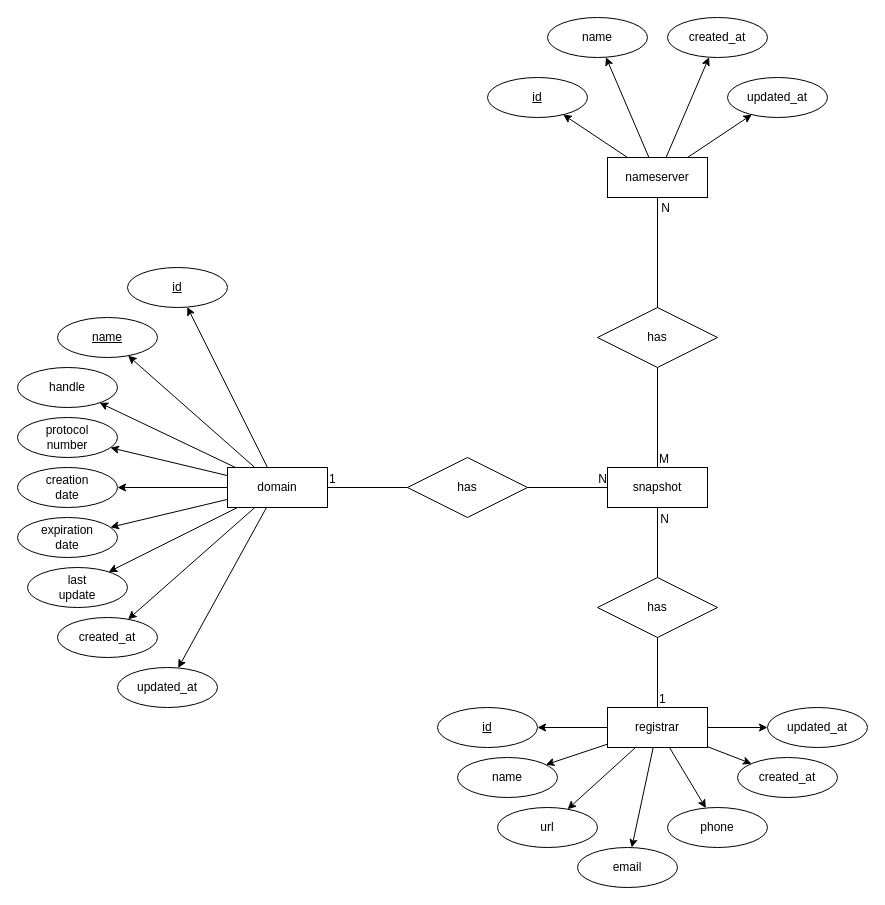
The draw.io diagram model.drawio in aik8/whois-api, before the edit. Source tidied: cells renumbered, new cells numbered last; positions are measured from the earlier drawing's top-left corner, leaving out a move shared by most shapes. Both pictures are drawn from the tidied source at 100%, with x=0, y=0 at pixel (17, 17).
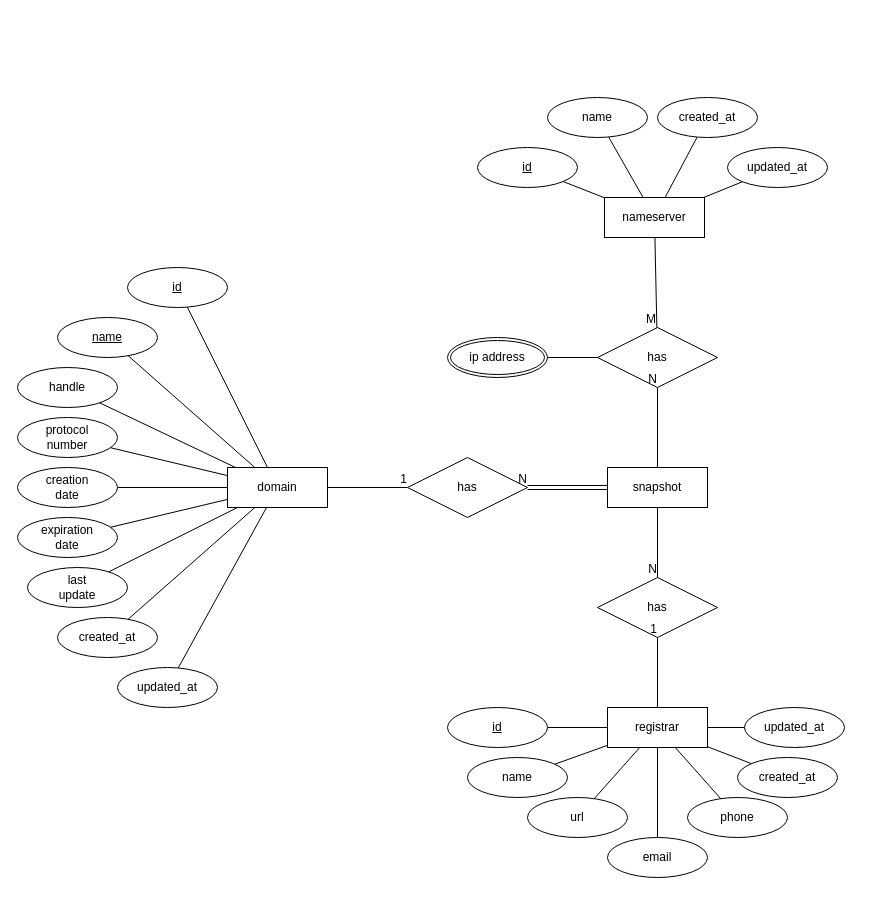
The same page after the edit.

Commit message:
chore: finalize the NS IP model

Unchanged cells that the change refers to:
```xml
<mxCell id="11" value="domain" style="whiteSpace=wrap;html=1;align=center;" parent="1" vertex="1">
  <mxGeometry x="210" y="450" width="100" height="40" as="geometry" />
</mxCell>
<mxCell id="19" value="registrar" style="whiteSpace=wrap;html=1;align=center;" parent="1" vertex="1">
  <mxGeometry x="590" y="690" width="100" height="40" as="geometry" />
</mxCell>
<mxCell id="25" value="id" style="ellipse;whiteSpace=wrap;html=1;align=center;fontStyle=4;" parent="1" vertex="1">
  <mxGeometry x="110" y="250" width="100" height="40" as="geometry" />
</mxCell>
<mxCell id="26" value="name" style="ellipse;whiteSpace=wrap;html=1;align=center;fontStyle=4;" parent="1" vertex="1">
  <mxGeometry x="40" y="300" width="100" height="40" as="geometry" />
</mxCell>
<mxCell id="27" value="handle" style="ellipse;whiteSpace=wrap;html=1;align=center;" parent="1" vertex="1">
  <mxGeometry y="350" width="100" height="40" as="geometry" />
</mxCell>
<mxCell id="28" value="protocol&lt;br&gt;number" style="ellipse;whiteSpace=wrap;html=1;align=center;" parent="1" vertex="1">
  <mxGeometry y="400" width="100" height="40" as="geometry" />
</mxCell>
<mxCell id="29" value="creation&lt;br&gt;date" style="ellipse;whiteSpace=wrap;html=1;align=center;" parent="1" vertex="1">
  <mxGeometry y="450" width="100" height="40" as="geometry" />
</mxCell>
<mxCell id="30" value="expiration&lt;br&gt;date" style="ellipse;whiteSpace=wrap;html=1;align=center;" parent="1" vertex="1">
  <mxGeometry y="500" width="100" height="40" as="geometry" />
</mxCell>
<mxCell id="31" value="last&lt;br&gt;update" style="ellipse;whiteSpace=wrap;html=1;align=center;" parent="1" vertex="1">
  <mxGeometry x="10" y="550" width="100" height="40" as="geometry" />
</mxCell>
<mxCell id="32" value="created_at" style="ellipse;whiteSpace=wrap;html=1;align=center;" parent="1" vertex="1">
  <mxGeometry x="40" y="600" width="100" height="40" as="geometry" />
</mxCell>
<mxCell id="33" value="updated_at" style="ellipse;whiteSpace=wrap;html=1;align=center;" parent="1" vertex="1">
  <mxGeometry x="100" y="650" width="100" height="40" as="geometry" />
</mxCell>
<mxCell id="34" value="snapshot" style="whiteSpace=wrap;html=1;align=center;" parent="1" vertex="1">
  <mxGeometry x="590" y="450" width="100" height="40" as="geometry" />
</mxCell>
<mxCell id="35" value="has" style="shape=rhombus;perimeter=rhombusPerimeter;whiteSpace=wrap;html=1;align=center;" parent="1" vertex="1">
  <mxGeometry x="390" y="440" width="120" height="60" as="geometry" />
</mxCell>
<mxCell id="41" value="has" style="shape=rhombus;perimeter=rhombusPerimeter;whiteSpace=wrap;html=1;align=center;" parent="1" vertex="1">
  <mxGeometry x="580" y="560" width="120" height="60" as="geometry" />
</mxCell>
<mxCell id="52" value="created_at" style="ellipse;whiteSpace=wrap;html=1;align=center;" parent="1" vertex="1">
  <mxGeometry x="720" y="740" width="100" height="40" as="geometry" />
</mxCell>
<mxCell id="61" style="endArrow=none;html=1;rounded=0;" parent="1" edge="1" source="34" target="58">
  <mxGeometry relative="1" as="geometry" />
</mxCell>
```

Diff of the diagram source:
```diff
@@
-    <mxCell id="2" style="edgeStyle=none;rounded=0;jettySize=auto;html=1;" parent="1" edge="1" source="11" target="25">
+    <mxCell id="2" style="edgeStyle=none;rounded=0;jettySize=auto;html=1;endArrow=none;endFill=0;" parent="1" edge="1" source="11" target="25">
       <mxGeometry relative="1" as="geometry" />
     </mxCell>
-    <mxCell id="3" style="edgeStyle=none;rounded=0;jettySize=auto;html=1;" parent="1" edge="1" source="11" target="26">
+    <mxCell id="3" style="edgeStyle=none;rounded=0;jettySize=auto;html=1;endArrow=none;endFill=0;" parent="1" edge="1" source="11" target="26">
       <mxGeometry relative="1" as="geometry" />
     </mxCell>
-    <mxCell id="4" style="edgeStyle=none;rounded=0;jettySize=auto;html=1;" parent="1" edge="1" source="11" target="27">
+    <mxCell id="4" style="edgeStyle=none;rounded=0;jettySize=auto;html=1;endArrow=none;endFill=0;" parent="1" edge="1" source="11" target="27">
       <mxGeometry relative="1" as="geometry" />
     </mxCell>
-    <mxCell id="5" style="edgeStyle=none;rounded=0;jettySize=auto;html=1;" parent="1" edge="1" source="11" target="28">
+    <mxCell id="5" style="edgeStyle=none;rounded=0;jettySize=auto;html=1;endArrow=none;endFill=0;" parent="1" edge="1" source="11" target="28">
       <mxGeometry relative="1" as="geometry" />
     </mxCell>
-    <mxCell id="6" style="edgeStyle=none;rounded=0;jettySize=auto;html=1;" parent="1" edge="1" source="11" target="30">
+    <mxCell id="6" style="edgeStyle=none;rounded=0;jettySize=auto;html=1;endArrow=none;endFill=0;" parent="1" edge="1" source="11" target="30">
       <mxGeometry relative="1" as="geometry" />
     </mxCell>
-    <mxCell id="7" style="edgeStyle=none;rounded=0;jettySize=auto;html=1;" parent="1" edge="1" source="11" target="29">
+    <mxCell id="7" style="edgeStyle=none;rounded=0;jettySize=auto;html=1;endArrow=none;endFill=0;" parent="1" edge="1" source="11" target="29">
       <mxGeometry relative="1" as="geometry" />
     </mxCell>
-    <mxCell id="8" style="edgeStyle=none;rounded=0;jettySize=auto;html=1;" parent="1" edge="1" source="11" target="31">
+    <mxCell id="8" style="edgeStyle=none;rounded=0;jettySize=auto;html=1;endArrow=none;endFill=0;" parent="1" edge="1" source="11" target="31">
       <mxGeometry relative="1" as="geometry" />
     </mxCell>
-    <mxCell id="9" style="edgeStyle=none;rounded=0;jettySize=auto;html=1;" parent="1" edge="1" source="11" target="32">
+    <mxCell id="9" style="edgeStyle=none;rounded=0;jettySize=auto;html=1;endArrow=none;endFill=0;" parent="1" edge="1" source="11" target="32">
       <mxGeometry relative="1" as="geometry" />
     </mxCell>
-    <mxCell id="10" style="edgeStyle=none;rounded=0;jettySize=auto;html=1;" parent="1" edge="1" source="11" target="33">
+    <mxCell id="10" style="edgeStyle=none;rounded=0;jettySize=auto;html=1;endArrow=none;endFill=0;" parent="1" edge="1" source="11" target="33">
       <mxGeometry relative="1" as="geometry" />
     </mxCell>
@@
-    <mxCell id="12" style="edgeStyle=none;rounded=0;jettySize=auto;html=1;" parent="1" edge="1" source="19" target="47">
+    <mxCell id="12" style="edgeStyle=none;rounded=0;jettySize=auto;html=1;endArrow=none;endFill=0;" parent="1" edge="1" source="19" target="47">
       <mxGeometry relative="1" as="geometry" />
     </mxCell>
-    <mxCell id="13" style="edgeStyle=none;rounded=0;jettySize=auto;html=1;" parent="1" edge="1" source="19" target="48">
+    <mxCell id="13" style="edgeStyle=none;rounded=0;jettySize=auto;html=1;endArrow=none;endFill=0;" parent="1" edge="1" source="19" target="48">
       <mxGeometry relative="1" as="geometry" />
     </mxCell>
-    <mxCell id="14" style="edgeStyle=none;rounded=0;jettySize=auto;html=1;" parent="1" edge="1" source="19" target="49">
+    <mxCell id="14" style="edgeStyle=none;rounded=0;jettySize=auto;html=1;endArrow=none;endFill=0;" parent="1" edge="1" source="19" target="49">
       <mxGeometry relative="1" as="geometry" />
     </mxCell>
-    <mxCell id="15" style="edgeStyle=none;rounded=0;jettySize=auto;html=1;" parent="1" edge="1" source="19" target="50">
+    <mxCell id="15" style="edgeStyle=none;rounded=0;jettySize=auto;html=1;endArrow=none;endFill=0;" parent="1" edge="1" source="19" target="50">
       <mxGeometry relative="1" as="geometry" />
     </mxCell>
-    <mxCell id="16" style="edgeStyle=none;rounded=0;jettySize=auto;html=1;" parent="1" edge="1" source="19" target="51">
+    <mxCell id="16" style="edgeStyle=none;rounded=0;jettySize=auto;html=1;endArrow=none;endFill=0;" parent="1" edge="1" source="19" target="51">
       <mxGeometry relative="1" as="geometry" />
     </mxCell>
-    <mxCell id="17" style="edgeStyle=none;rounded=0;jettySize=auto;html=1;" parent="1" edge="1" source="19" target="52">
+    <mxCell id="17" style="edgeStyle=none;rounded=0;jettySize=auto;html=1;endArrow=none;endFill=0;" parent="1" edge="1" source="19" target="52">
       <mxGeometry relative="1" as="geometry" />
     </mxCell>
-    <mxCell id="18" style="edgeStyle=none;rounded=0;jettySize=auto;html=1;" parent="1" edge="1" source="19" target="53">
+    <mxCell id="18" style="edgeStyle=none;rounded=0;jettySize=auto;html=1;endArrow=none;endFill=0;" parent="1" edge="1" source="19" target="53">
       <mxGeometry relative="1" as="geometry" />
     </mxCell>
@@
-    <mxCell id="20" style="edgeStyle=none;rounded=0;jettySize=auto;html=1;" parent="1" edge="1" source="24" target="55">
+    <mxCell id="20" style="edgeStyle=none;rounded=0;jettySize=auto;html=1;endArrow=none;endFill=0;" parent="1" edge="1" source="24" target="55">
       <mxGeometry relative="1" as="geometry" />
     </mxCell>
-    <mxCell id="21" style="edgeStyle=none;rounded=0;jettySize=auto;html=1;" parent="1" edge="1" source="24" target="54">
+    <mxCell id="21" style="edgeStyle=none;rounded=0;jettySize=auto;html=1;endArrow=none;endFill=0;" parent="1" edge="1" source="24" target="54">
       <mxGeometry relative="1" as="geometry" />
     </mxCell>
-    <mxCell id="22" style="edgeStyle=none;rounded=0;jettySize=auto;html=1;" parent="1" edge="1" source="24" target="56">
+    <mxCell id="22" style="edgeStyle=none;rounded=0;jettySize=auto;html=1;endArrow=none;endFill=0;" parent="1" edge="1" source="24" target="56">
       <mxGeometry relative="1" as="geometry" />
     </mxCell>
-    <mxCell id="23" style="edgeStyle=none;rounded=0;jettySize=auto;html=1;" parent="1" edge="1" source="24" target="57">
+    <mxCell id="23" style="edgeStyle=none;rounded=0;jettySize=auto;html=1;endArrow=none;endFill=0;" parent="1" edge="1" source="24" target="57">
       <mxGeometry relative="1" as="geometry" />
     </mxCell>
     <mxCell id="24" value="nameserver" style="whiteSpace=wrap;html=1;align=center;" parent="1" vertex="1">
-      <mxGeometry x="590" y="140" width="100" height="40" as="geometry" />
+      <mxGeometry x="587" y="180" width="100" height="40" as="geometry" />
     </mxCell>
@@
-    <mxCell id="36" style="endArrow=none;html=1;rounded=0;" parent="1" edge="1" source="11" target="35">
-      <mxGeometry relative="1" as="geometry" />
-    </mxCell>
-    <mxCell id="37" value="1" style="html=1;align=left;verticalAlign=bottom;" parent="36" vertex="1">
-      <mxGeometry x="-1" relative="1" as="geometry" />
-    </mxCell>
-    <mxCell id="38" style="html=1;align=right;verticalAlign=bottom;" parent="36" vertex="1">
-      <mxGeometry x="1" relative="1" as="geometry" />
-    </mxCell>
-    <mxCell id="39" style="endArrow=none;html=1;rounded=0;" parent="1" edge="1" source="35" target="34">
-      <mxGeometry relative="1" as="geometry" />
-    </mxCell>
-    <mxCell id="40" value="N" style="html=1;align=right;verticalAlign=bottom;" parent="39" vertex="1">
-      <mxGeometry x="1" relative="1" as="geometry" />
-    </mxCell>
@@
-    <mxCell id="42" style="endArrow=none;html=1;rounded=0;" parent="1" edge="1" source="19" target="41">
-      <mxGeometry relative="1" as="geometry" />
-    </mxCell>
-    <mxCell id="43" value="1" style="html=1;align=left;verticalAlign=bottom;" parent="42" vertex="1">
-      <mxGeometry x="-1" relative="1" as="geometry" />
-    </mxCell>
-    <mxCell id="44" style="html=1;align=right;verticalAlign=bottom;" parent="42" vertex="1">
-      <mxGeometry x="1" relative="1" as="geometry" />
-    </mxCell>
-    <mxCell id="45" style="endArrow=none;html=1;rounded=0;" parent="1" edge="1" source="41" target="34">
-      <mxGeometry relative="1" as="geometry" />
-    </mxCell>
-    <mxCell id="46" value="N" style="html=1;align=right;verticalAlign=bottom;" parent="45" vertex="1">
-      <mxGeometry x="1" relative="1" as="geometry">
-        <mxPoint x="12" y="20.3" as="offset" />
-      </mxGeometry>
-    </mxCell>
     <mxCell id="47" value="id" style="ellipse;whiteSpace=wrap;html=1;align=center;fontStyle=4;" parent="1" vertex="1">
-      <mxGeometry x="420" y="690" width="100" height="40" as="geometry" />
+      <mxGeometry x="430" y="690" width="100" height="40" as="geometry" />
     </mxCell>
     <mxCell id="48" value="name" style="ellipse;whiteSpace=wrap;html=1;align=center;" parent="1" vertex="1">
-      <mxGeometry x="440" y="740" width="100" height="40" as="geometry" />
+      <mxGeometry x="450" y="740" width="100" height="40" as="geometry" />
     </mxCell>
     <mxCell id="49" value="url" style="ellipse;whiteSpace=wrap;html=1;align=center;" parent="1" vertex="1">
-      <mxGeometry x="480" y="790" width="100" height="40" as="geometry" />
+      <mxGeometry x="510" y="780" width="100" height="40" as="geometry" />
     </mxCell>
     <mxCell id="50" value="email" style="ellipse;whiteSpace=wrap;html=1;align=center;" parent="1" vertex="1">
-      <mxGeometry x="560" y="830" width="100" height="40" as="geometry" />
+      <mxGeometry x="590" y="820" width="100" height="40" as="geometry" />
     </mxCell>
     <mxCell id="51" value="phone" style="ellipse;whiteSpace=wrap;html=1;align=center;" parent="1" vertex="1">
-      <mxGeometry x="650" y="790" width="100" height="40" as="geometry" />
+      <mxGeometry x="670" y="780" width="100" height="40" as="geometry" />
     </mxCell>
@@
     <mxCell id="53" value="updated_at" style="ellipse;whiteSpace=wrap;html=1;align=center;" parent="1" vertex="1">
-      <mxGeometry x="750" y="690" width="100" height="40" as="geometry" />
+      <mxGeometry x="727" y="690" width="100" height="40" as="geometry" />
     </mxCell>
     <mxCell id="54" value="name" style="ellipse;whiteSpace=wrap;html=1;align=center;" parent="1" vertex="1">
-      <mxGeometry x="530" width="100" height="40" as="geometry" />
+      <mxGeometry x="530" y="80" width="100" height="40" as="geometry" />
     </mxCell>
     <mxCell id="55" value="id" style="ellipse;whiteSpace=wrap;html=1;align=center;fontStyle=4;" parent="1" vertex="1">
-      <mxGeometry x="470" y="60" width="100" height="40" as="geometry" />
+      <mxGeometry x="460" y="130" width="100" height="40" as="geometry" />
     </mxCell>
     <mxCell id="56" value="created_at" style="ellipse;whiteSpace=wrap;html=1;align=center;" parent="1" vertex="1">
-      <mxGeometry x="650" width="100" height="40" as="geometry" />
+      <mxGeometry x="640" y="80" width="100" height="40" as="geometry" />
     </mxCell>
     <mxCell id="57" value="updated_at" style="ellipse;whiteSpace=wrap;html=1;align=center;" parent="1" vertex="1">
-      <mxGeometry x="710" y="60" width="100" height="40" as="geometry" />
+      <mxGeometry x="710" y="130" width="100" height="40" as="geometry" />
     </mxCell>
     <mxCell id="58" value="has" style="shape=rhombus;perimeter=rhombusPerimeter;whiteSpace=wrap;html=1;align=center;" parent="1" vertex="1">
-      <mxGeometry x="580" y="290" width="120" height="60" as="geometry" />
+      <mxGeometry x="580" y="310" width="120" height="60" as="geometry" />
     </mxCell>
-    <mxCell id="59" style="endArrow=none;html=1;rounded=0;" parent="1" edge="1" source="58" target="24">
-      <mxGeometry relative="1" as="geometry" />
-    </mxCell>
-    <mxCell id="60" value="N" style="html=1;align=right;verticalAlign=bottom;" parent="59" vertex="1">
-      <mxGeometry x="1" relative="1" as="geometry">
-        <mxPoint x="13" y="19" as="offset" />
-      </mxGeometry>
-    </mxCell>
+    <mxCell id="63" style="edgeStyle=none;rounded=0;jettySize=auto;html=1;endArrow=none;endFill=0;" parent="1" edge="1" source="64" target="58">
+      <mxGeometry relative="1" as="geometry" />
+    </mxCell>
+    <mxCell id="64" value="ip address" style="ellipse;shape=doubleEllipse;margin=3;whiteSpace=wrap;html=1;align=center;" parent="1" vertex="1">
+      <mxGeometry x="430" y="320" width="100" height="40" as="geometry" />
+    </mxCell>
+    <mxCell id="65" style="shape=link;html=1;rounded=0;" parent="1" edge="1" source="34" target="35">
+      <mxGeometry relative="1" as="geometry" />
+    </mxCell>
+    <mxCell id="66" value="N" style="html=1;align=right;verticalAlign=bottom;" parent="65" vertex="1">
+      <mxGeometry x="1" relative="1" as="geometry" />
+    </mxCell>
+    <mxCell id="36" style="endArrow=none;html=1;rounded=0;" parent="1" edge="1" source="11" target="35">
+      <mxGeometry relative="1" as="geometry" />
+    </mxCell>
+    <mxCell id="67" value="1" style="html=1;align=right;verticalAlign=bottom;" parent="36" vertex="1">
+      <mxGeometry x="1" relative="1" as="geometry" />
+    </mxCell>
+    <mxCell id="68" style="endArrow=none;html=1;rounded=0;" parent="1" edge="1" source="34" target="41">
+      <mxGeometry relative="1" as="geometry" />
+    </mxCell>
+    <mxCell id="69" value="N" style="html=1;align=right;verticalAlign=bottom;" parent="68" vertex="1">
+      <mxGeometry x="1" relative="1" as="geometry" />
+    </mxCell>
+    <mxCell id="42" style="endArrow=none;html=1;rounded=0;" parent="1" edge="1" source="19" target="41">
+      <mxGeometry relative="1" as="geometry" />
+    </mxCell>
+    <mxCell id="70" value="1" style="html=1;align=right;verticalAlign=bottom;" parent="42" vertex="1">
+      <mxGeometry x="1" relative="1" as="geometry" />
+    </mxCell>
@@
+    <mxCell id="71" value="N" style="html=1;align=right;verticalAlign=bottom;" parent="61" vertex="1">
+      <mxGeometry x="1" relative="1" as="geometry" />
+    </mxCell>
+    <mxCell id="72" style="endArrow=none;html=1;rounded=0;" parent="1" edge="1" source="24" target="58">
+      <mxGeometry relative="1" as="geometry" />
+    </mxCell>
-    <mxCell id="62" value="M" style="html=1;align=left;verticalAlign=bottom;" parent="61" vertex="1">
-      <mxGeometry x="-1" relative="1" as="geometry" />
+    <mxCell id="62" value="M" style="html=1;align=right;verticalAlign=bottom;" parent="72" vertex="1">
+      <mxGeometry x="1" relative="1" as="geometry" />
     </mxCell>
```
